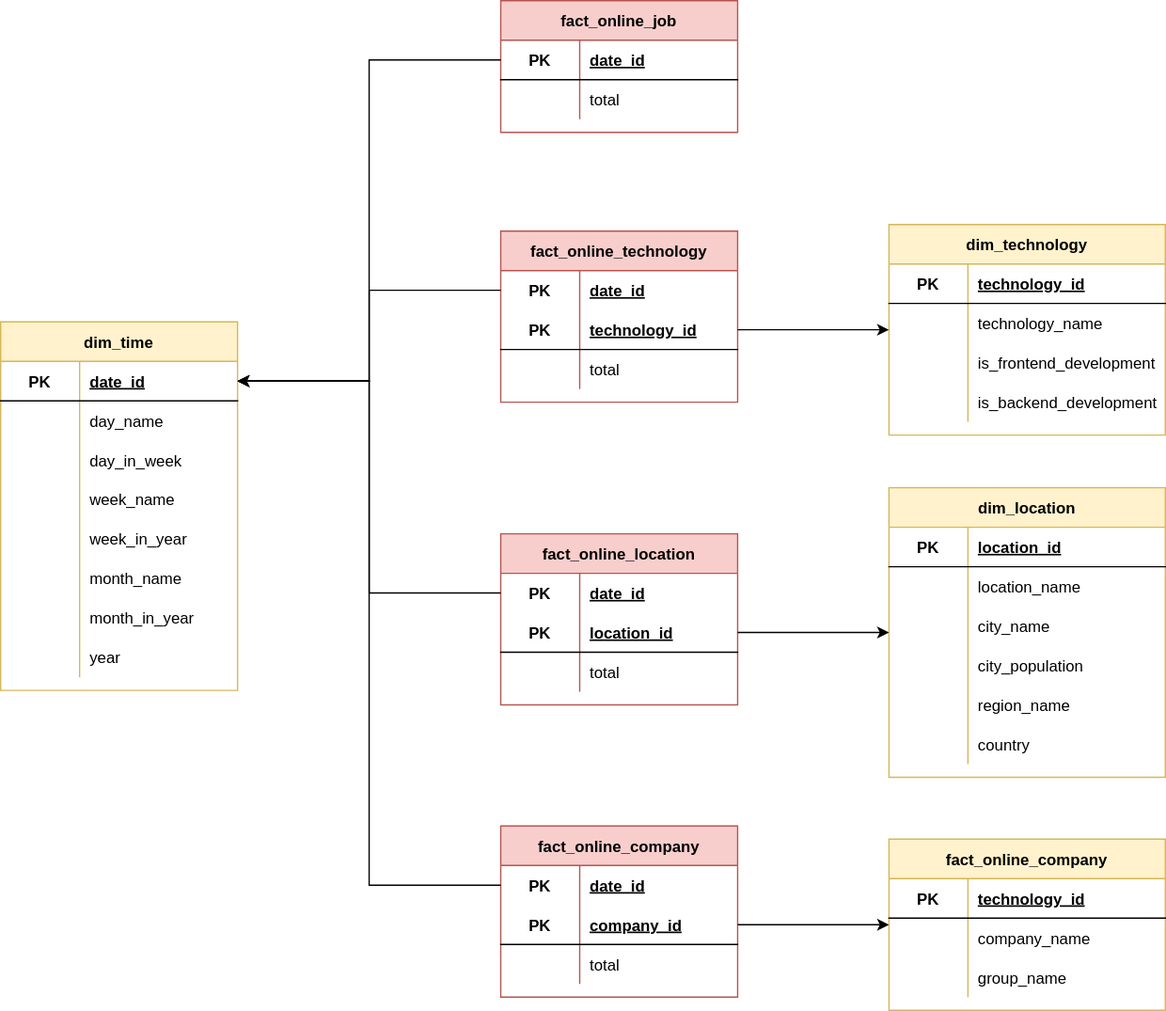
petracarrion/job-market-analytics keeps this draw.io diagram as doc/mart-model.drawio.svg. Above is the earlier version. Source tidied: cells renumbered, new cells last; positions are measured from the earlier drawing's top-left corner, leaving out a move shared by most shapes.
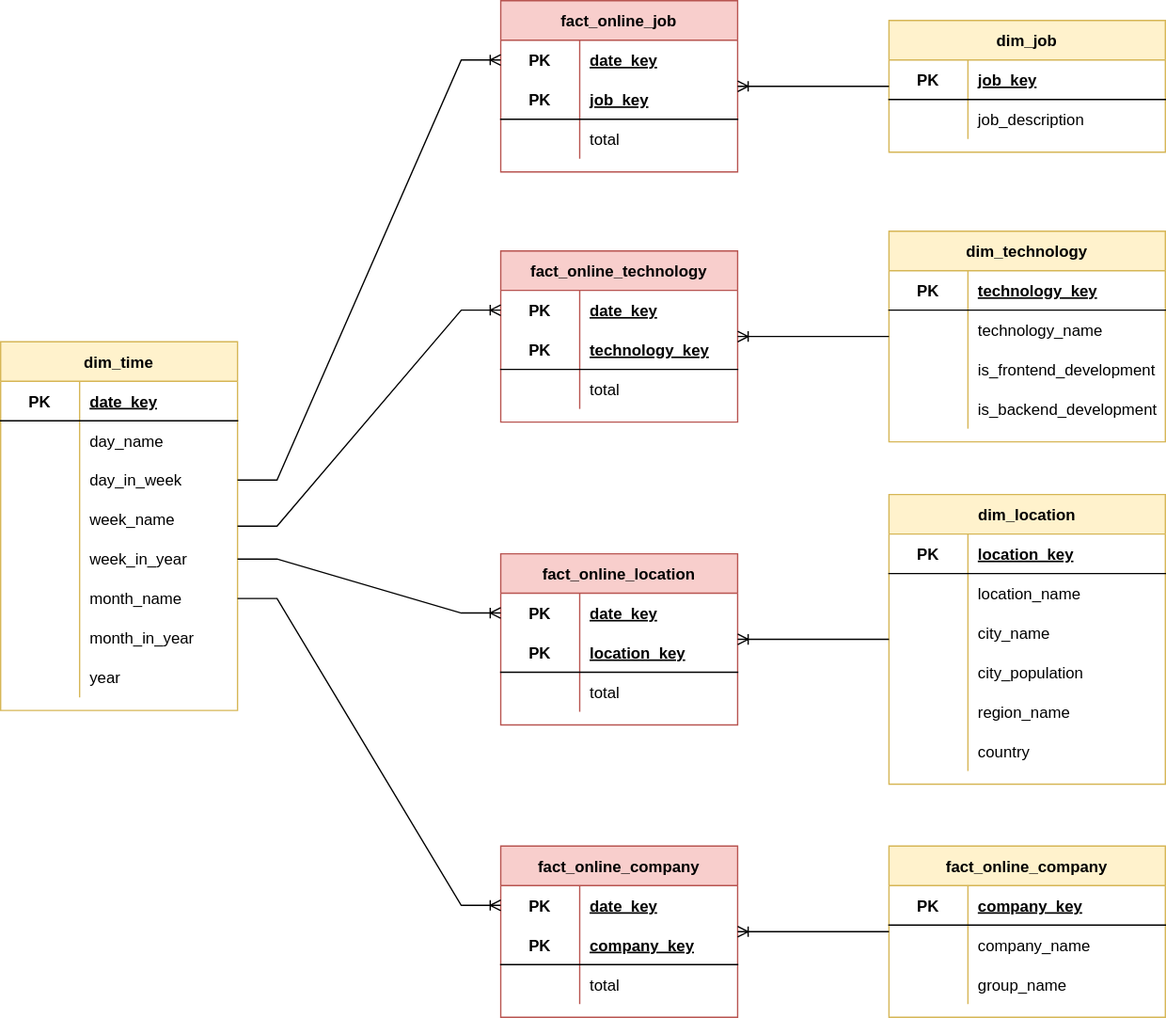
Later version of the same file.

The edit, as a diff of the source:
```diff
@@ -14,3 +14,3 @@
     </mxCell>
-    <mxCell id="6" value="date_id" style="shape=partialRectangle;fillColor=none;top=0;left=0;bottom=0;right=0;align=left;spacingLeft=6;fontStyle=5;overflow=hidden;" parent="4" vertex="1">
+    <mxCell id="6" value="date_key" style="shape=partialRectangle;fillColor=none;top=0;left=0;bottom=0;right=0;align=left;spacingLeft=6;fontStyle=5;overflow=hidden;" parent="4" vertex="1">
       <mxGeometry x="60" width="120" height="30" as="geometry" />
@@ -81,5 +81,5 @@
     <mxCell id="28" value="fact_online_job" style="shape=table;startSize=30;rowLines=0;fontStyle=1;align=center;fillColor=#f8cecc;strokeColor=#b85450;" parent="2" vertex="1">
-      <mxGeometry x="380" width="180" height="100" as="geometry" />
+      <mxGeometry x="380" y="-15" width="180" height="130" as="geometry" />
     </mxCell>
-    <mxCell id="29" style="shape=tableRow;horizontal=0;startSize=0;swimlaneHead=0;swimlaneBody=0;fillColor=none;points=[[0,0.5],[1,0.5]];portConstraint=eastwest;top=0;left=0;right=0;bottom=1;" parent="28" vertex="1">
+    <mxCell id="29" style="shape=tableRow;horizontal=0;startSize=0;swimlaneHead=0;swimlaneBody=0;fillColor=none;points=[[0,0.5],[1,0.5]];portConstraint=eastwest;top=0;left=0;right=0;bottom=1;strokeColor=none;" parent="28" vertex="1">
       <mxGeometry y="30" width="180" height="30" as="geometry" />
@@ -89,7 +89,16 @@
     </mxCell>
-    <mxCell id="31" value="date_id" style="shape=partialRectangle;fillColor=none;top=0;left=0;bottom=0;right=0;align=left;spacingLeft=6;fontStyle=5;overflow=hidden;" parent="29" vertex="1">
+    <mxCell id="31" value="date_key" style="shape=partialRectangle;fillColor=none;top=0;left=0;bottom=0;right=0;align=left;spacingLeft=6;fontStyle=5;overflow=hidden;" parent="29" vertex="1">
       <mxGeometry x="60" width="120" height="30" as="geometry" />
     </mxCell>
+    <mxCell id="114" style="shape=tableRow;horizontal=0;startSize=0;swimlaneHead=0;swimlaneBody=0;fillColor=none;top=0;left=0;right=0;bottom=1;" parent="28" vertex="1">
+      <mxGeometry y="60" width="180" height="30" as="geometry" />
+    </mxCell>
+    <mxCell id="115" value="PK" style="shape=partialRectangle;fillColor=none;top=0;left=0;bottom=0;right=0;fontStyle=1;overflow=hidden;" parent="114" vertex="1">
+      <mxGeometry width="60" height="30" as="geometry" />
+    </mxCell>
+    <mxCell id="116" value="job_key" style="shape=partialRectangle;fillColor=none;top=0;left=0;bottom=0;right=0;align=left;spacingLeft=6;fontStyle=5;overflow=hidden;" parent="114" vertex="1">
+      <mxGeometry x="60" width="120" height="30" as="geometry" />
+    </mxCell>
     <mxCell id="32" style="shape=tableRow;horizontal=0;startSize=0;swimlaneHead=0;swimlaneBody=0;fillColor=none;top=0;left=0;right=0;bottom=0;" parent="28" vertex="1">
-      <mxGeometry y="60" width="180" height="30" as="geometry" />
+      <mxGeometry y="90" width="180" height="30" as="geometry" />
     </mxCell>
@@ -110,3 +119,3 @@
     </mxCell>
-    <mxCell id="38" value="date_id" style="shape=partialRectangle;fillColor=none;top=0;left=0;bottom=0;right=0;align=left;spacingLeft=6;fontStyle=5;overflow=hidden;" parent="36" vertex="1">
+    <mxCell id="38" value="date_key" style="shape=partialRectangle;fillColor=none;top=0;left=0;bottom=0;right=0;align=left;spacingLeft=6;fontStyle=5;overflow=hidden;" parent="36" vertex="1">
       <mxGeometry x="60" width="120" height="30" as="geometry" />
@@ -119,3 +128,3 @@
     </mxCell>
-    <mxCell id="41" value="location_id" style="shape=partialRectangle;fillColor=none;top=0;left=0;bottom=0;right=0;align=left;spacingLeft=6;fontStyle=5;overflow=hidden;" parent="39" vertex="1">
+    <mxCell id="41" value="location_key" style="shape=partialRectangle;fillColor=none;top=0;left=0;bottom=0;right=0;align=left;spacingLeft=6;fontStyle=5;overflow=hidden;" parent="39" vertex="1">
       <mxGeometry x="60" width="120" height="30" as="geometry" />
@@ -140,3 +149,3 @@
     </mxCell>
-    <mxCell id="48" value="date_id" style="shape=partialRectangle;fillColor=none;top=0;left=0;bottom=0;right=0;align=left;spacingLeft=6;fontStyle=5;overflow=hidden;" parent="46" vertex="1">
+    <mxCell id="48" value="date_key" style="shape=partialRectangle;fillColor=none;top=0;left=0;bottom=0;right=0;align=left;spacingLeft=6;fontStyle=5;overflow=hidden;" parent="46" vertex="1">
       <mxGeometry x="60" width="120" height="30" as="geometry" />
@@ -149,3 +158,3 @@
     </mxCell>
-    <mxCell id="51" value="technology_id" style="shape=partialRectangle;fillColor=none;top=0;left=0;bottom=0;right=0;align=left;spacingLeft=6;fontStyle=5;overflow=hidden;" parent="49" vertex="1">
+    <mxCell id="51" value="technology_key" style="shape=partialRectangle;fillColor=none;top=0;left=0;bottom=0;right=0;align=left;spacingLeft=6;fontStyle=5;overflow=hidden;" parent="49" vertex="1">
       <mxGeometry x="60" width="120" height="30" as="geometry" />
@@ -170,3 +179,3 @@
     </mxCell>
-    <mxCell id="58" value="date_id" style="shape=partialRectangle;fillColor=none;top=0;left=0;bottom=0;right=0;align=left;spacingLeft=6;fontStyle=5;overflow=hidden;" parent="56" vertex="1">
+    <mxCell id="58" value="date_key" style="shape=partialRectangle;fillColor=none;top=0;left=0;bottom=0;right=0;align=left;spacingLeft=6;fontStyle=5;overflow=hidden;" parent="56" vertex="1">
       <mxGeometry x="60" width="120" height="30" as="geometry" />
@@ -179,3 +188,3 @@
     </mxCell>
-    <mxCell id="61" value="company_id" style="shape=partialRectangle;fillColor=none;top=0;left=0;bottom=0;right=0;align=left;spacingLeft=6;fontStyle=5;overflow=hidden;" parent="59" vertex="1">
+    <mxCell id="61" value="company_key" style="shape=partialRectangle;fillColor=none;top=0;left=0;bottom=0;right=0;align=left;spacingLeft=6;fontStyle=5;overflow=hidden;" parent="59" vertex="1">
       <mxGeometry x="60" width="120" height="30" as="geometry" />
@@ -191,4 +200,4 @@
     </mxCell>
-    <mxCell id="65" value="dim_technology" style="shape=table;startSize=30;rowLines=0;fontStyle=1;align=center;fillColor=#fff2cc;strokeColor=#d6b656;" parent="2" vertex="1">
-      <mxGeometry x="675" y="170" width="210" height="160" as="geometry" />
+    <mxCell id="65" value="dim_job" style="shape=table;startSize=30;rowLines=0;fontStyle=1;align=center;fillColor=#fff2cc;strokeColor=#d6b656;" parent="2" vertex="1">
+      <mxGeometry x="675" width="210" height="100" as="geometry" />
     </mxCell>
@@ -200,3 +209,3 @@
     </mxCell>
-    <mxCell id="68" value="technology_id" style="shape=partialRectangle;fillColor=none;top=0;left=0;bottom=0;right=0;align=left;spacingLeft=6;fontStyle=5;overflow=hidden;" parent="66" vertex="1">
+    <mxCell id="68" value="job_key" style="shape=partialRectangle;fillColor=none;top=0;left=0;bottom=0;right=0;align=left;spacingLeft=6;fontStyle=5;overflow=hidden;" parent="66" vertex="1">
       <mxGeometry x="60" width="150" height="30" as="geometry" />
@@ -209,25 +218,7 @@
     </mxCell>
-    <mxCell id="71" value="technology_name" style="shape=partialRectangle;fillColor=none;top=0;left=0;bottom=0;right=0;align=left;spacingLeft=6;overflow=hidden;" parent="69" vertex="1">
+    <mxCell id="71" value="job_description" style="shape=partialRectangle;fillColor=none;top=0;left=0;bottom=0;right=0;align=left;spacingLeft=6;overflow=hidden;" parent="69" vertex="1">
       <mxGeometry x="60" width="150" height="30" as="geometry" />
     </mxCell>
-    <mxCell id="72" style="shape=tableRow;horizontal=0;startSize=0;swimlaneHead=0;swimlaneBody=0;fillColor=none;top=0;left=0;right=0;bottom=0;" parent="65" vertex="1">
-      <mxGeometry y="90" width="210" height="30" as="geometry" />
-    </mxCell>
-    <mxCell id="73" style="shape=partialRectangle;fillColor=none;top=0;left=0;bottom=0;right=0;overflow=hidden;" parent="72" vertex="1">
-      <mxGeometry width="60" height="30" as="geometry" />
-    </mxCell>
-    <mxCell id="74" value="is_frontend_development" style="shape=partialRectangle;fillColor=none;top=0;left=0;bottom=0;right=0;align=left;spacingLeft=6;overflow=hidden;" parent="72" vertex="1">
-      <mxGeometry x="60" width="150" height="30" as="geometry" />
-    </mxCell>
-    <mxCell id="75" style="shape=tableRow;horizontal=0;startSize=0;swimlaneHead=0;swimlaneBody=0;fillColor=none;top=0;left=0;right=0;bottom=0;" parent="65" vertex="1">
-      <mxGeometry y="120" width="210" height="30" as="geometry" />
-    </mxCell>
-    <mxCell id="76" style="shape=partialRectangle;fillColor=none;top=0;left=0;bottom=0;right=0;overflow=hidden;" parent="75" vertex="1">
-      <mxGeometry width="60" height="30" as="geometry" />
-    </mxCell>
-    <mxCell id="77" value="is_backend_development" style="shape=partialRectangle;fillColor=none;top=0;left=0;bottom=0;right=0;align=left;spacingLeft=6;overflow=hidden;" parent="75" vertex="1">
-      <mxGeometry x="60" width="150" height="30" as="geometry" />
-    </mxCell>
     <mxCell id="78" value="dim_location" style="shape=table;startSize=30;rowLines=0;fontStyle=1;align=center;fillColor=#fff2cc;strokeColor=#d6b656;" parent="2" vertex="1">
-      <mxGeometry x="675" y="370" width="210" height="220" as="geometry" />
+      <mxGeometry x="675" y="360" width="210" height="220" as="geometry" />
     </mxCell>
@@ -239,3 +230,3 @@
     </mxCell>
-    <mxCell id="81" value="location_id" style="shape=partialRectangle;fillColor=none;top=0;left=0;bottom=0;right=0;align=left;spacingLeft=6;fontStyle=5;overflow=hidden;" parent="79" vertex="1">
+    <mxCell id="81" value="location_key" style="shape=partialRectangle;fillColor=none;top=0;left=0;bottom=0;right=0;align=left;spacingLeft=6;fontStyle=5;overflow=hidden;" parent="79" vertex="1">
       <mxGeometry x="60" width="150" height="30" as="geometry" />
@@ -288,3 +279,3 @@
     <mxCell id="97" value="fact_online_company" style="shape=table;startSize=30;rowLines=0;fontStyle=1;align=center;fillColor=#fff2cc;strokeColor=#d6b656;" parent="2" vertex="1">
-      <mxGeometry x="675" y="637" width="210" height="130" as="geometry" />
+      <mxGeometry x="675" y="627" width="210" height="130" as="geometry" />
     </mxCell>
@@ -296,3 +287,3 @@
     </mxCell>
-    <mxCell id="100" value="technology_id" style="shape=partialRectangle;fillColor=none;top=0;left=0;bottom=0;right=0;align=left;spacingLeft=6;fontStyle=5;overflow=hidden;" parent="98" vertex="1">
+    <mxCell id="100" value="company_key" style="shape=partialRectangle;fillColor=none;top=0;left=0;bottom=0;right=0;align=left;spacingLeft=6;fontStyle=5;overflow=hidden;" parent="98" vertex="1">
       <mxGeometry x="60" width="150" height="30" as="geometry" />
@@ -317,23 +308,65 @@
     </mxCell>
-    <mxCell id="107" style="edgeStyle=orthogonalEdgeStyle;rounded=0;jettySize=auto;html=1;" parent="2" edge="1" source="59" target="97">
-      <mxGeometry relative="1" as="geometry" />
-    </mxCell>
-    <mxCell id="108" style="edgeStyle=orthogonalEdgeStyle;rounded=0;jettySize=auto;html=1;" parent="2" edge="1" source="39" target="78">
-      <mxGeometry relative="1" as="geometry" />
-    </mxCell>
-    <mxCell id="109" style="edgeStyle=orthogonalEdgeStyle;rounded=0;jettySize=auto;html=1;" parent="2" edge="1" source="49" target="65">
-      <mxGeometry relative="1" as="geometry" />
-    </mxCell>
-    <mxCell id="110" style="edgeStyle=orthogonalEdgeStyle;rounded=0;jettySize=auto;html=1;" parent="2" edge="1" source="29" target="4">
-      <mxGeometry relative="1" as="geometry" />
-    </mxCell>
-    <mxCell id="111" style="edgeStyle=orthogonalEdgeStyle;rounded=0;jettySize=auto;html=1;entryX=1;entryY=0.5;entryDx=0;entryDy=0;" parent="2" edge="1" source="46" target="4">
-      <mxGeometry relative="1" as="geometry" />
-    </mxCell>
-    <mxCell id="112" style="edgeStyle=orthogonalEdgeStyle;rounded=0;jettySize=auto;html=1;entryX=1;entryY=0.5;entryDx=0;entryDy=0;" parent="2" edge="1" source="36" target="4">
-      <mxGeometry relative="1" as="geometry" />
-    </mxCell>
-    <mxCell id="113" style="edgeStyle=orthogonalEdgeStyle;rounded=0;jettySize=auto;html=1;entryX=1;entryY=0.5;entryDx=0;entryDy=0;" parent="2" edge="1" source="56" target="4">
-      <mxGeometry relative="1" as="geometry" />
-    </mxCell>
+    <mxCell id="117" value="dim_technology" style="shape=table;startSize=30;rowLines=0;fontStyle=1;align=center;fillColor=#fff2cc;strokeColor=#d6b656;" parent="2" vertex="1">
+      <mxGeometry x="675" y="160" width="210" height="160" as="geometry" />
+    </mxCell>
+    <mxCell id="118" style="shape=tableRow;horizontal=0;startSize=0;swimlaneHead=0;swimlaneBody=0;fillColor=none;top=0;left=0;right=0;bottom=1;" parent="117" vertex="1">
+      <mxGeometry y="30" width="210" height="30" as="geometry" />
+    </mxCell>
+    <mxCell id="119" value="PK" style="shape=partialRectangle;fillColor=none;top=0;left=0;bottom=0;right=0;fontStyle=1;overflow=hidden;" parent="118" vertex="1">
+      <mxGeometry width="60" height="30" as="geometry" />
+    </mxCell>
+    <mxCell id="120" value="technology_key" style="shape=partialRectangle;fillColor=none;top=0;left=0;bottom=0;right=0;align=left;spacingLeft=6;fontStyle=5;overflow=hidden;" parent="118" vertex="1">
+      <mxGeometry x="60" width="150" height="30" as="geometry" />
+    </mxCell>
+    <mxCell id="121" style="shape=tableRow;horizontal=0;startSize=0;swimlaneHead=0;swimlaneBody=0;fillColor=none;top=0;left=0;right=0;bottom=0;" parent="117" vertex="1">
+      <mxGeometry y="60" width="210" height="30" as="geometry" />
+    </mxCell>
+    <mxCell id="122" style="shape=partialRectangle;fillColor=none;top=0;left=0;bottom=0;right=0;overflow=hidden;" parent="121" vertex="1">
+      <mxGeometry width="60" height="30" as="geometry" />
+    </mxCell>
+    <mxCell id="123" value="technology_name" style="shape=partialRectangle;fillColor=none;top=0;left=0;bottom=0;right=0;align=left;spacingLeft=6;overflow=hidden;" parent="121" vertex="1">
+      <mxGeometry x="60" width="150" height="30" as="geometry" />
+    </mxCell>
+    <mxCell id="72" style="shape=tableRow;horizontal=0;startSize=0;swimlaneHead=0;swimlaneBody=0;fillColor=none;top=0;left=0;right=0;bottom=0;" parent="117" vertex="1">
+      <mxGeometry y="90" width="210" height="30" as="geometry" />
+    </mxCell>
+    <mxCell id="124" style="shape=partialRectangle;fillColor=none;top=0;left=0;bottom=0;right=0;overflow=hidden;" parent="72" vertex="1">
+      <mxGeometry width="60" height="30" as="geometry" />
+    </mxCell>
+    <mxCell id="74" value="is_frontend_development" style="shape=partialRectangle;fillColor=none;top=0;left=0;bottom=0;right=0;align=left;spacingLeft=6;overflow=hidden;" parent="72" vertex="1">
+      <mxGeometry x="60" width="150" height="30" as="geometry" />
+    </mxCell>
+    <mxCell id="75" style="shape=tableRow;horizontal=0;startSize=0;swimlaneHead=0;swimlaneBody=0;fillColor=none;top=0;left=0;right=0;bottom=0;" parent="117" vertex="1">
+      <mxGeometry y="120" width="210" height="30" as="geometry" />
+    </mxCell>
+    <mxCell id="125" style="shape=partialRectangle;fillColor=none;top=0;left=0;bottom=0;right=0;overflow=hidden;" parent="75" vertex="1">
+      <mxGeometry width="60" height="30" as="geometry" />
+    </mxCell>
+    <mxCell id="77" value="is_backend_development" style="shape=partialRectangle;fillColor=none;top=0;left=0;bottom=0;right=0;align=left;spacingLeft=6;overflow=hidden;" parent="75" vertex="1">
+      <mxGeometry x="60" width="150" height="30" as="geometry" />
+    </mxCell>
+    <mxCell id="126" style="edgeStyle=entityRelationEdgeStyle;fontSize=12;html=1;endArrow=ERoneToMany;rounded=0;exitX=1;exitY=0.5;exitDx=0;exitDy=0;" parent="2" edge="1" source="10" target="29">
+      <mxGeometry relative="1" as="geometry" />
+    </mxCell>
+    <mxCell id="127" style="edgeStyle=entityRelationEdgeStyle;fontSize=12;html=1;endArrow=ERoneToMany;rounded=0;" parent="2" edge="1" source="3" target="46">
+      <mxGeometry relative="1" as="geometry" />
+    </mxCell>
+    <mxCell id="128" style="edgeStyle=entityRelationEdgeStyle;fontSize=12;html=1;endArrow=ERoneToMany;rounded=0;exitX=1;exitY=0.5;exitDx=0;exitDy=0;" parent="2" edge="1" source="16" target="36">
+      <mxGeometry relative="1" as="geometry" />
+    </mxCell>
+    <mxCell id="129" style="edgeStyle=entityRelationEdgeStyle;fontSize=12;html=1;endArrow=ERoneToMany;rounded=0;exitX=1;exitY=0.5;exitDx=0;exitDy=0;" parent="2" edge="1" source="19" target="56">
+      <mxGeometry relative="1" as="geometry" />
+    </mxCell>
+    <mxCell id="130" style="edgeStyle=entityRelationEdgeStyle;fontSize=12;html=1;endArrow=ERoneToMany;rounded=0;" parent="2" edge="1" source="65" target="28">
+      <mxGeometry relative="1" as="geometry" />
+    </mxCell>
+    <mxCell id="131" style="edgeStyle=entityRelationEdgeStyle;fontSize=12;html=1;endArrow=ERoneToMany;rounded=0;" parent="2" edge="1" source="117" target="45">
+      <mxGeometry relative="1" as="geometry" />
+    </mxCell>
+    <mxCell id="132" style="edgeStyle=entityRelationEdgeStyle;fontSize=12;html=1;endArrow=ERoneToMany;rounded=0;" parent="2" edge="1" source="78" target="35">
+      <mxGeometry relative="1" as="geometry" />
+    </mxCell>
+    <mxCell id="133" style="edgeStyle=entityRelationEdgeStyle;fontSize=12;html=1;endArrow=ERoneToMany;rounded=0;" parent="2" edge="1" source="97" target="55">
+      <mxGeometry relative="1" as="geometry" />
+    </mxCell>
   </root>
```
